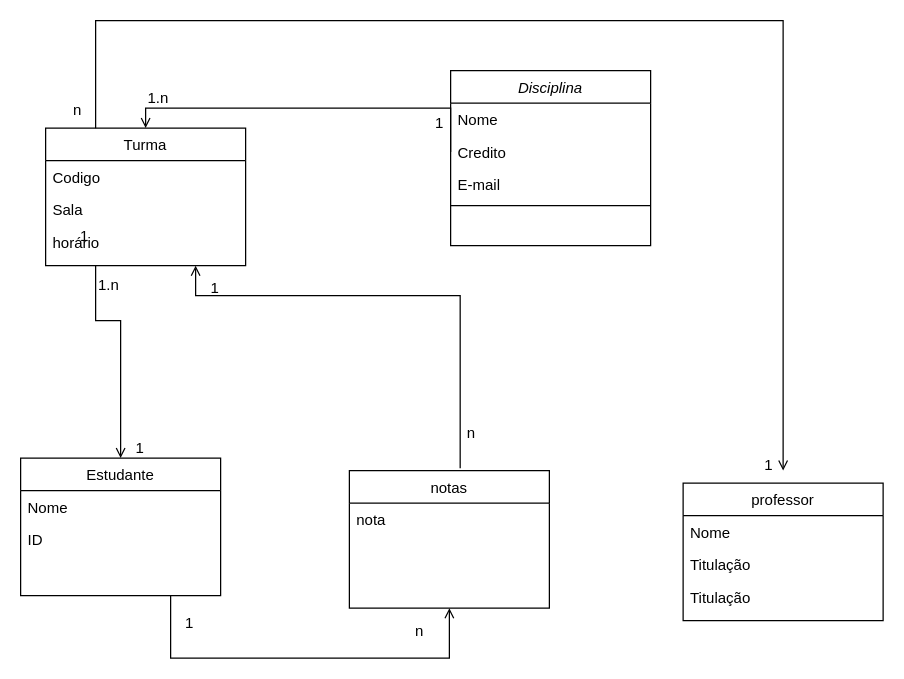
Earlier version of the draw.io diagram Aulas/Diagrama sem nome.drawio (ticihoog/Java_Basico). Source tidied: cells renumbered, new cells numbered last; positions are measured from the earlier drawing's top-left corner, leaving out a move shared by most shapes. Both pictures are drawn from the tidied source at 125%, with x=0, y=0 at pixel (20, 20).
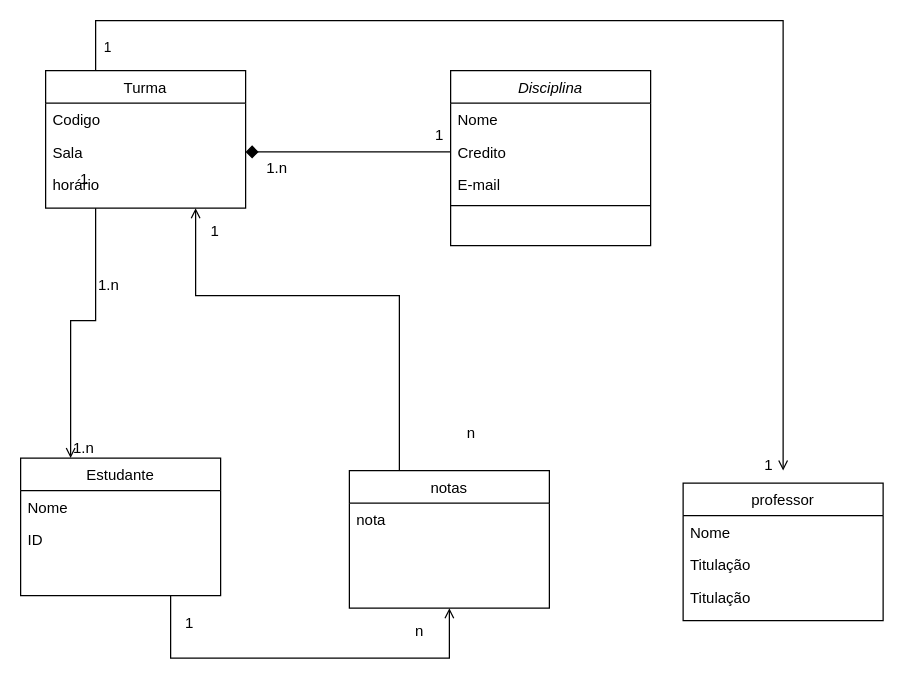
The same page after the edit.

The change refers to these unchanged cells:
```xml
<mxCell id="4" value="Credito" style="text;align=left;verticalAlign=top;spacingLeft=4;spacingRight=4;overflow=hidden;points=[[0,0.5],[1,0.5]];portConstraint=eastwest;rounded=0;shadow=0;html=0;" parent="2" vertex="1">
  <mxGeometry y="52" width="160" height="26" as="geometry" />
</mxCell>
<mxCell id="9" value="Sala" style="text;align=left;verticalAlign=top;spacingLeft=4;spacingRight=4;overflow=hidden;points=[[0,0.5],[1,0.5]];portConstraint=eastwest;rounded=0;shadow=0;html=0;" parent="7" vertex="1">
  <mxGeometry y="52" width="160" height="26" as="geometry" />
</mxCell>
<mxCell id="18" value="Estudante" style="swimlane;fontStyle=0;align=center;verticalAlign=top;horizontal=1;startSize=26;rounded=0;shadow=0;strokeWidth=1;" parent="1" vertex="1">
  <mxGeometry y="350" width="160" height="110" as="geometry" />
</mxCell>
<mxCell id="28" value="notas" style="swimlane;fontStyle=0;align=center;verticalAlign=top;horizontal=1;startSize=26;rounded=0;shadow=0;strokeWidth=1;" parent="1" vertex="1">
  <mxGeometry x="263" y="360" width="160" height="110" as="geometry" />
</mxCell>
```

The edit, as a diff of the source:
```diff
@@
     <mxCell id="7" value="Turma" style="swimlane;fontStyle=0;align=center;verticalAlign=top;horizontal=1;startSize=26;rounded=0;shadow=0;strokeWidth=1;" parent="1" vertex="1">
-      <mxGeometry x="20" y="86" width="160" height="110" as="geometry" />
+      <mxGeometry x="20" y="40" width="160" height="110" as="geometry" />
     </mxCell>
@@
-    <mxCell id="15" style="endArrow=open;shadow=0;strokeWidth=1;rounded=0;endFill=1;edgeStyle=elbowEdgeStyle;elbow=vertical;exitX=0.25;exitY=0;exitDx=0;exitDy=0;" parent="1" edge="1" source="7">
-      <mxGeometry x="0.5" y="41" relative="1" as="geometry">
+    <mxCell id="15" value="1" style="endArrow=open;shadow=0;strokeWidth=1;rounded=0;endFill=1;edgeStyle=elbowEdgeStyle;elbow=vertical;exitX=0.25;exitY=0;exitDx=0;exitDy=0;" parent="1" edge="1" source="7">
+      <mxGeometry x="-0.96" y="-10" relative="1" as="geometry">
         <mxPoint x="610" y="360" as="targetPoint" />
         <Array as="points">
           <mxPoint x="430" />
         </Array>
-        <mxPoint x="-40" y="32" as="offset" />
       </mxGeometry>
     </mxCell>
-    <mxCell id="16" value="1.n" style="align=left;verticalAlign=bottom;labelBackgroundColor=none;fontSize=12;" parent="15" vertex="1">
+    <mxCell id="16" value="1" style="align=left;verticalAlign=bottom;labelBackgroundColor=none;fontSize=12;" parent="15" vertex="1">
       <mxGeometry x="-1" relative="1" as="geometry">
-        <mxPoint x="40" y="-16" as="offset" />
+        <mxPoint x="270" y="60" as="offset" />
       </mxGeometry>
     </mxCell>
@@
-    <mxCell id="21" style="endArrow=open;shadow=0;strokeWidth=1;rounded=0;endFill=1;edgeStyle=elbowEdgeStyle;elbow=vertical;exitX=0;exitY=0.5;exitDx=0;exitDy=0;entryX=0.5;entryY=0;entryDx=0;entryDy=0;" parent="1" edge="1" source="4" target="7">
-      <mxGeometry x="0.5" y="41" relative="1" as="geometry">
-        <Array as="points">
-          <mxPoint x="300" y="70" />
-        </Array>
-        <mxPoint x="-40" y="32" as="offset" />
-      </mxGeometry>
-    </mxCell>
-    <mxCell id="22" value="1" style="align=left;verticalAlign=bottom;labelBackgroundColor=none;fontSize=12;" parent="21" vertex="1">
-      <mxGeometry x="-1" relative="1" as="geometry">
-        <mxPoint x="-14" y="-15" as="offset" />
-      </mxGeometry>
-    </mxCell>
-    <mxCell id="23" value="n" style="align=right;verticalAlign=bottom;labelBackgroundColor=none;fontSize=12;" parent="21" vertex="1">
-      <mxGeometry x="1" relative="1" as="geometry">
-        <mxPoint x="-50" y="-6" as="offset" />
-      </mxGeometry>
-    </mxCell>
-    <mxCell id="24" style="endArrow=open;shadow=0;strokeWidth=1;rounded=0;endFill=1;edgeStyle=elbowEdgeStyle;elbow=vertical;exitX=0.25;exitY=1;exitDx=0;exitDy=0;entryX=0.5;entryY=0;entryDx=0;entryDy=0;" parent="1" edge="1" source="7" target="18">
+    <mxCell id="24" style="endArrow=open;shadow=0;strokeWidth=1;rounded=0;endFill=1;edgeStyle=elbowEdgeStyle;elbow=vertical;exitX=0.25;exitY=1;exitDx=0;exitDy=0;entryX=0.25;entryY=0;entryDx=0;entryDy=0;" parent="1" edge="1" source="7" target="18">
       <mxGeometry x="0.5" y="41" relative="1" as="geometry">
         <Array as="points">
           <mxPoint x="100" y="240" />
         </Array>
         <mxPoint x="-40" y="32" as="offset" />
       </mxGeometry>
     </mxCell>
@@
-    <mxCell id="26" value="1" style="align=right;verticalAlign=bottom;labelBackgroundColor=none;fontSize=12;" parent="24" vertex="1">
+    <mxCell id="26" value="1.n" style="align=right;verticalAlign=bottom;labelBackgroundColor=none;fontSize=12;" parent="24" vertex="1">
       <mxGeometry x="1" relative="1" as="geometry">
         <mxPoint x="20" as="offset" />
       </mxGeometry>
     </mxCell>
@@
-    <mxCell id="33" style="endArrow=open;shadow=0;strokeWidth=1;rounded=0;endFill=1;edgeStyle=elbowEdgeStyle;elbow=vertical;exitX=0.554;exitY=-0.018;exitDx=0;exitDy=0;exitPerimeter=0;entryX=0.75;entryY=1;entryDx=0;entryDy=0;" parent="1" edge="1" source="28" target="7">
+    <mxCell id="33" style="endArrow=open;shadow=0;strokeWidth=1;rounded=0;endFill=1;edgeStyle=elbowEdgeStyle;elbow=vertical;exitX=0.25;exitY=0;exitDx=0;exitDy=0;entryX=0.75;entryY=1;entryDx=0;entryDy=0;strokeColor=default;" parent="1" edge="1" source="28" target="7">
       <mxGeometry x="0.5" y="41" relative="1" as="geometry">
         <Array as="points">
           <mxPoint x="410" y="220" />
         </Array>
         <mxPoint x="-40" y="32" as="offset" />
       </mxGeometry>
     </mxCell>
@@
+    <mxCell id="36" style="endArrow=diamond;html=1;rounded=0;fontSize=12;startSize=8;endSize=8;edgeStyle=none;curved=1;endFill=1;exitX=0;exitY=0.5;exitDx=0;exitDy=0;entryX=1;entryY=0.5;entryDx=0;entryDy=0;" parent="1" edge="1" source="4" target="9">
+      <mxGeometry relative="1" as="geometry" />
+    </mxCell>
+    <mxCell id="37" value="1.n" style="align=left;verticalAlign=bottom;labelBackgroundColor=none;fontSize=12;direction=south;" parent="1" vertex="1">
+      <mxGeometry x="180" y="141" as="geometry">
+        <mxPoint x="15" y="-15" as="offset" />
+      </mxGeometry>
+    </mxCell>
```
